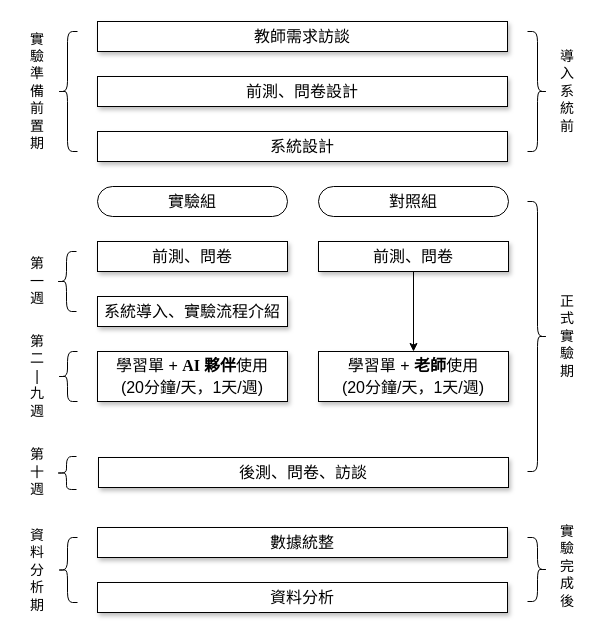
Before: 實驗流程圖.drawio in webber0928/112554016_paper, a draw.io diagram. Source tidied: cells renumbered, new cells numbered last; positions are measured from the earlier drawing's top-left corner, leaving out a move shared by most shapes. Both pictures are drawn from the tidied source at 100%, with x=0, y=0 at pixel (17, 21).
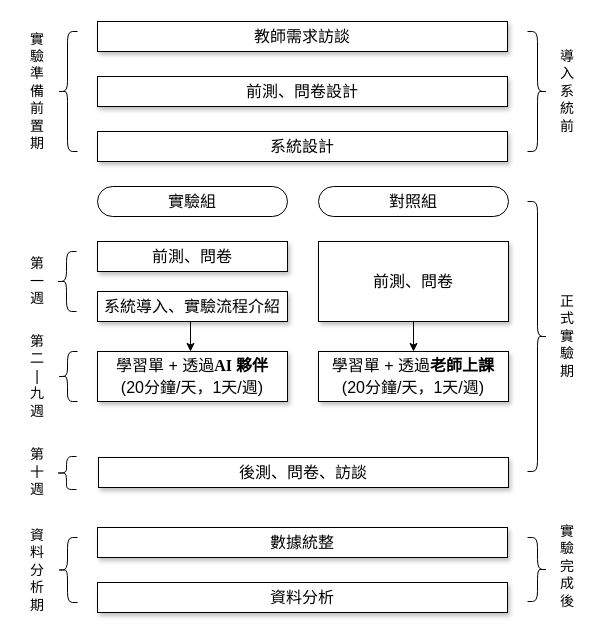
After the change.

Commit message:
更新實驗流程圖.drawio

Change to the diagram source:
```diff
@@
     <mxCell id="8" value="&lt;font face=&quot;標楷體&quot;&gt;&lt;span style=&quot;font-size: 16px;&quot;&gt;前測、問卷&lt;/span&gt;&lt;/font&gt;" style="whiteSpace=wrap;html=1;shadow=1;fontSize=18;" parent="1" vertex="1">
-      <mxGeometry x="301" y="220" width="190" height="30" as="geometry" />
+      <mxGeometry x="301" y="220" width="190" height="80" as="geometry" />
     </mxCell>
     <mxCell id="9" value="&lt;font face=&quot;標楷體&quot;&gt;&lt;span style=&quot;font-size: 16px;&quot;&gt;系統導入、實驗流程介紹&lt;/span&gt;&lt;/font&gt;" style="whiteSpace=wrap;html=1;shadow=1;fontSize=18;" parent="1" vertex="1">
-      <mxGeometry x="80" y="275" width="190" height="30" as="geometry" />
+      <mxGeometry x="80" y="270" width="190" height="30" as="geometry" />
     </mxCell>
-    <mxCell id="10" value="&lt;span style=&quot;font-size: 16px;&quot;&gt;&lt;font face=&quot;標楷體&quot;&gt;學習單 +&amp;nbsp;&lt;/font&gt;&lt;font face=&quot;Times New Roman&quot;&gt;&lt;b&gt;AI&amp;nbsp;&lt;/b&gt;&lt;/font&gt;&lt;font face=&quot;標楷體&quot;&gt;&lt;b&gt;夥伴&lt;/b&gt;使用&lt;/font&gt;&lt;br&gt;&lt;font face=&quot;標楷體&quot;&gt;(20分鐘/天，1天/週)&lt;/font&gt;&lt;/span&gt;" style="whiteSpace=wrap;html=1;shadow=1;fontSize=18;" parent="1" vertex="1">
+    <mxCell id="10" value="&lt;span style=&quot;font-size: 16px;&quot;&gt;&lt;font face=&quot;標楷體&quot;&gt;學習單 + 透過&lt;/font&gt;&lt;font face=&quot;Times New Roman&quot;&gt;&lt;b&gt;AI&amp;nbsp;&lt;/b&gt;&lt;/font&gt;&lt;font face=&quot;標楷體&quot;&gt;&lt;b&gt;夥伴&lt;/b&gt;&lt;/font&gt;&lt;br&gt;&lt;font face=&quot;標楷體&quot;&gt;(20分鐘/天，1天/週)&lt;/font&gt;&lt;/span&gt;" style="whiteSpace=wrap;html=1;shadow=1;fontSize=18;" parent="1" vertex="1">
       <mxGeometry x="80" y="330" width="190" height="50" as="geometry" />
     </mxCell>
-    <mxCell id="11" value="&lt;span style=&quot;font-size: 16px;&quot;&gt;&lt;font face=&quot;標楷體&quot;&gt;學習單 +&amp;nbsp;&lt;b&gt;老師&lt;/b&gt;&lt;/font&gt;&lt;font face=&quot;標楷體&quot;&gt;使用&lt;/font&gt;&lt;br&gt;&lt;font face=&quot;標楷體&quot;&gt;(20分鐘/天，1天/週)&lt;/font&gt;&lt;/span&gt;" style="whiteSpace=wrap;html=1;shadow=1;fontSize=18;" parent="1" vertex="1">
+    <mxCell id="11" value="&lt;span style=&quot;font-size: 16px;&quot;&gt;&lt;font face=&quot;標楷體&quot;&gt;學習單 + 透過&lt;b&gt;老師上課&lt;/b&gt;&lt;/font&gt;&lt;br&gt;&lt;font face=&quot;標楷體&quot;&gt;(20分鐘/天，1天/週)&lt;/font&gt;&lt;/span&gt;" style="whiteSpace=wrap;html=1;shadow=1;fontSize=18;" parent="1" vertex="1">
       <mxGeometry x="301" y="330" width="190" height="50" as="geometry" />
     </mxCell>
@@
+    <mxCell id="32" style="endArrow=classic;html=1;rounded=0;exitX=0.5;exitY=1;exitDx=0;exitDy=0;entryX=0.5;entryY=0;entryDx=0;entryDy=0;" parent="1" edge="1">
+      <mxGeometry relative="1" as="geometry">
+        <mxPoint x="173" y="300" as="sourcePoint" />
+        <mxPoint x="173" y="330" as="targetPoint" />
+      </mxGeometry>
+    </mxCell>
```
